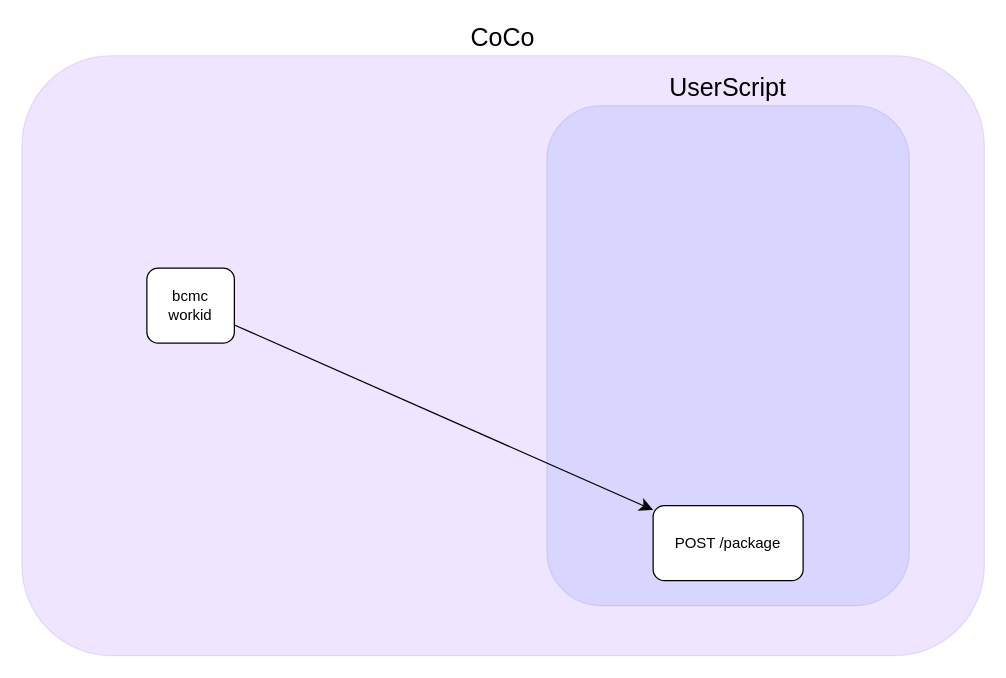
Inventocode/Draw.io-Files keeps this draw.io diagram as CoCo-Helper.drawio. Above is the earlier version. Source tidied: cells renumbered, new cells numbered last; positions are measured from the earlier drawing's top-left corner, leaving out a move shared by most shapes. Both pictures are drawn from the tidied source at 125%, with x=0, y=0 at pixel (21, 55).
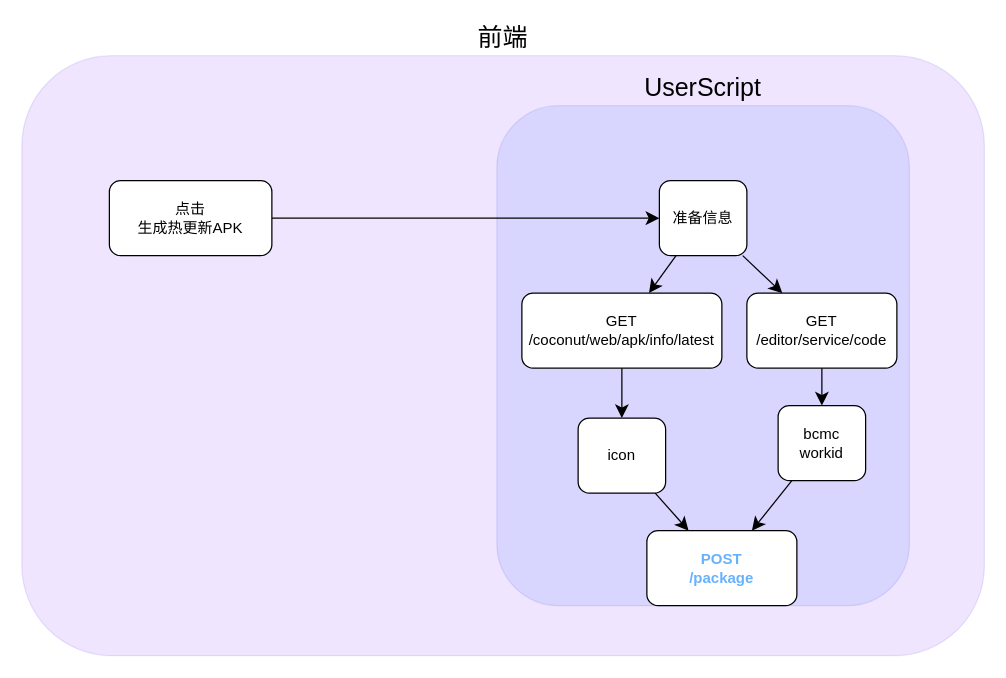
The same page after the edit.

Change to the diagram source:
```diff
@@
 <mxGraphModel>
   <root>
     <mxCell id="0" />
     <mxCell id="1" parent="0" />
-    <mxCell id="2" value="CoCo" style="rounded=1;whiteSpace=wrap;html=1;fillColor=#6a00ff;fontColor=#000000;strokeColor=#3700CC;opacity=10;glass=0;shadow=0;labelPosition=center;verticalLabelPosition=top;align=center;verticalAlign=bottom;fontSize=20;" parent="1" vertex="1">
+    <mxCell id="2" value="前端" style="rounded=1;whiteSpace=wrap;html=1;fillColor=#6a00ff;fontColor=#000000;strokeColor=#3700CC;opacity=10;glass=0;shadow=0;labelPosition=center;verticalLabelPosition=top;align=center;verticalAlign=bottom;fontSize=20;" parent="1" vertex="1">
       <mxGeometry width="770" height="480" as="geometry" />
     </mxCell>
     <mxCell id="3" value="&lt;font&gt;UserScript&lt;/font&gt;" style="rounded=1;whiteSpace=wrap;html=1;fillColor=#0050ef;fontColor=#000000;strokeColor=#001DBC;opacity=10;glass=0;shadow=0;fontSize=20;labelPosition=center;verticalLabelPosition=top;align=center;verticalAlign=bottom;" parent="1" vertex="1">
-      <mxGeometry x="420" y="40" width="290" height="400" as="geometry" />
+      <mxGeometry x="380" y="40" width="330" height="400" as="geometry" />
     </mxCell>
     <mxCell id="4" value="bcmc&lt;div&gt;workid&lt;/div&gt;" style="rounded=1;whiteSpace=wrap;html=1;" parent="1" vertex="1">
-      <mxGeometry x="100" y="170" width="70" height="60" as="geometry" />
+      <mxGeometry x="605" y="280" width="70" height="60" as="geometry" />
     </mxCell>
-    <mxCell id="5" value="POST /package" style="rounded=1;whiteSpace=wrap;html=1;" parent="1" vertex="1">
-      <mxGeometry x="505" y="360" width="120" height="60" as="geometry" />
+    <mxCell id="5" value="POST&lt;div&gt;/package&lt;/div&gt;" style="rounded=1;whiteSpace=wrap;html=1;labelBackgroundColor=none;fontColor=#66B2FF;fontStyle=1;" parent="1" vertex="1">
+      <mxGeometry x="500" y="380" width="120" height="60" as="geometry" />
     </mxCell>
     <mxCell id="6" style="endArrow=classic;html=1;rounded=0;fontSize=12;startSize=8;endSize=8;curved=1;" parent="1" edge="1" source="4" target="5">
       <mxGeometry relative="1" as="geometry" />
     </mxCell>
+    <mxCell id="7" value="GET&lt;div&gt;/coconut/web/apk/info/latest&lt;/div&gt;" style="rounded=1;whiteSpace=wrap;html=1;" parent="1" vertex="1">
+      <mxGeometry x="400" y="190" width="160" height="60" as="geometry" />
+    </mxCell>
+    <mxCell id="8" value="GET&lt;div&gt;/editor/service/code&lt;/div&gt;" style="rounded=1;whiteSpace=wrap;html=1;" parent="1" vertex="1">
+      <mxGeometry x="580" y="190" width="120" height="60" as="geometry" />
+    </mxCell>
+    <mxCell id="9" value="icon" style="rounded=1;whiteSpace=wrap;html=1;" parent="1" vertex="1">
+      <mxGeometry x="445" y="290" width="70" height="60" as="geometry" />
+    </mxCell>
+    <mxCell id="10" style="endArrow=classic;html=1;rounded=0;fontSize=12;startSize=8;endSize=8;curved=1;" parent="1" edge="1" source="7" target="9">
+      <mxGeometry relative="1" as="geometry" />
+    </mxCell>
+    <mxCell id="11" style="endArrow=classic;html=1;rounded=0;fontSize=12;startSize=8;endSize=8;curved=1;" parent="1" edge="1" source="8" target="4">
+      <mxGeometry relative="1" as="geometry" />
+    </mxCell>
+    <mxCell id="12" style="endArrow=classic;html=1;rounded=0;fontSize=12;startSize=8;endSize=8;curved=1;" parent="1" edge="1" source="9" target="5">
+      <mxGeometry relative="1" as="geometry" />
+    </mxCell>
+    <mxCell id="13" value="准备信息" style="rounded=1;whiteSpace=wrap;html=1;" parent="1" vertex="1">
+      <mxGeometry x="510" y="100" width="70" height="60" as="geometry" />
+    </mxCell>
+    <mxCell id="14" value="点击&lt;div&gt;生成热更新APK&lt;/div&gt;" style="rounded=1;whiteSpace=wrap;html=1;" parent="1" vertex="1">
+      <mxGeometry x="70" y="100" width="130" height="60" as="geometry" />
+    </mxCell>
+    <mxCell id="15" style="endArrow=classic;html=1;rounded=0;fontSize=12;startSize=8;endSize=8;curved=1;" parent="1" edge="1" source="13" target="7">
+      <mxGeometry relative="1" as="geometry" />
+    </mxCell>
+    <mxCell id="16" style="endArrow=classic;html=1;rounded=0;fontSize=12;startSize=8;endSize=8;curved=1;" parent="1" edge="1" source="14" target="13">
+      <mxGeometry relative="1" as="geometry" />
+    </mxCell>
+    <mxCell id="17" style="endArrow=classic;html=1;rounded=0;fontSize=12;startSize=8;endSize=8;curved=1;" parent="1" edge="1" source="13" target="8">
+      <mxGeometry relative="1" as="geometry" />
+    </mxCell>
   </root>
 </mxGraphModel>
```
